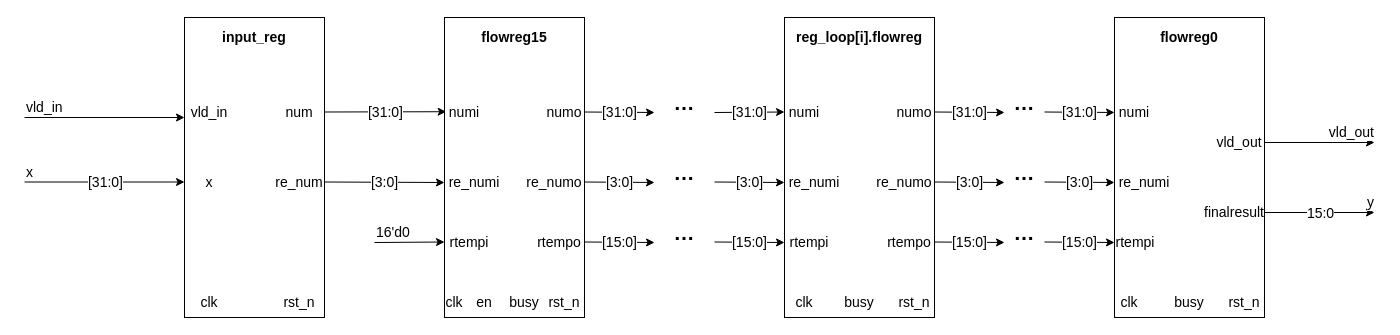
Above: square_root_arch.drawio in Katharine-0331/files (draw.io), before the change. Source tidied: cells renumbered, new cells numbered last; positions are measured from the earlier drawing's top-left corner, leaving out a move shared by most shapes. Both pictures are drawn from the tidied source at 100%, with x=0, y=0 at pixel (24, 17).
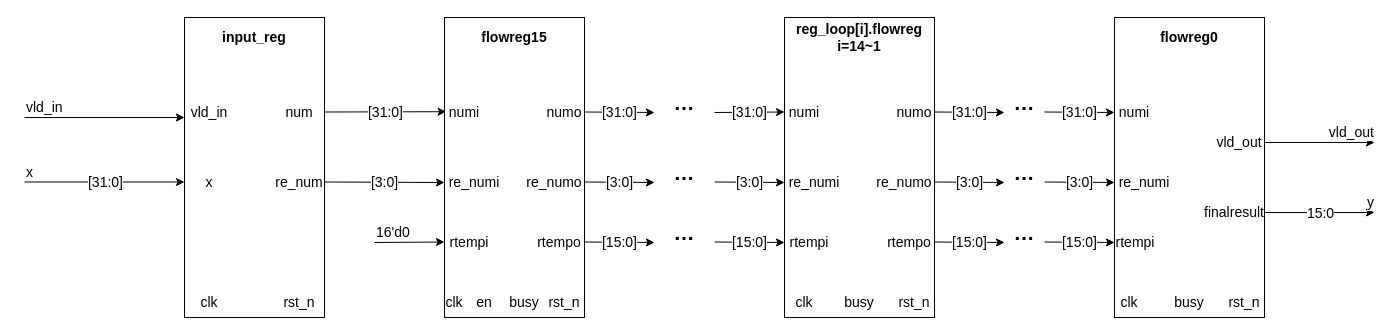
After the change.

The edit, as a diff of the source:
```diff
@@
-    <mxCell id="34" value="&lt;span style=&quot;font-size: 14px;&quot;&gt;&lt;b&gt;reg_loop[i].flowreg&lt;/b&gt;&lt;/span&gt;" style="text;html=1;strokeColor=none;fillColor=none;align=center;verticalAlign=middle;whiteSpace=wrap;rounded=0;" parent="1" vertex="1">
+    <mxCell id="34" value="&lt;span style=&quot;font-size: 14px;&quot;&gt;&lt;b&gt;reg_loop[i].flowreg&lt;br&gt;i=14~1&lt;br&gt;&lt;/b&gt;&lt;/span&gt;" style="text;html=1;strokeColor=none;fillColor=none;align=center;verticalAlign=middle;whiteSpace=wrap;rounded=0;" parent="1" vertex="1">
       <mxGeometry x="800" width="70" height="40" as="geometry" />
     </mxCell>
```
